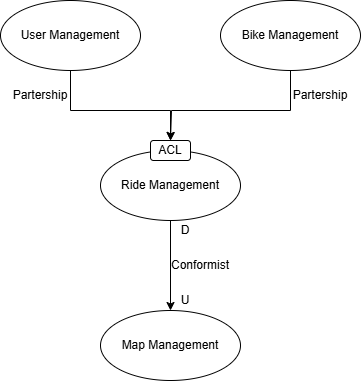
Earlier version of the draw.io export doc/asciidoc/png/Context_Map.drawio.png (stormtroober/microservices-ebikes). Source tidied: cells renumbered, new cells last; positions are measured from the earlier drawing's top-left corner, leaving out a move shared by most shapes.
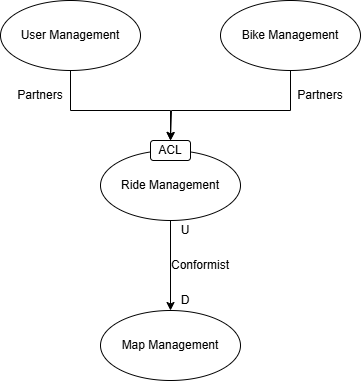
Above is the later version.

Diff of the diagram source:
```diff
@@ -43,16 +43,16 @@
     <mxCell id="11" value="Conformist" style="text;html=1;align=center;verticalAlign=middle;whiteSpace=wrap;rounded=0;" parent="1" vertex="1">
       <mxGeometry x="170" y="250" width="60" height="30" as="geometry" />
     </mxCell>
-    <mxCell id="12" value="D" style="text;html=1;align=center;verticalAlign=middle;whiteSpace=wrap;rounded=0;" parent="1" vertex="1">
+    <mxCell id="12" value="U" style="text;html=1;align=center;verticalAlign=middle;whiteSpace=wrap;rounded=0;" parent="1" vertex="1">
       <mxGeometry x="170" y="220" width="30" height="20" as="geometry" />
     </mxCell>
-    <mxCell id="13" value="U" style="text;html=1;align=center;verticalAlign=middle;whiteSpace=wrap;rounded=0;" parent="1" vertex="1">
+    <mxCell id="13" value="D" style="text;html=1;align=center;verticalAlign=middle;whiteSpace=wrap;rounded=0;" parent="1" vertex="1">
       <mxGeometry x="170" y="290" width="30" height="20" as="geometry" />
     </mxCell>
-    <mxCell id="14" value="Partership" style="text;html=1;align=center;verticalAlign=middle;whiteSpace=wrap;rounded=0;" parent="1" vertex="1">
+    <mxCell id="14" value="Partners" style="text;html=1;align=center;verticalAlign=middle;whiteSpace=wrap;rounded=0;" parent="1" vertex="1">
       <mxGeometry x="10" y="80" width="60" height="30" as="geometry" />
     </mxCell>
-    <mxCell id="15" value="Partership" style="text;html=1;align=center;verticalAlign=middle;whiteSpace=wrap;rounded=0;" parent="1" vertex="1">
+    <mxCell id="15" value="Partners" style="text;html=1;align=center;verticalAlign=middle;whiteSpace=wrap;rounded=0;" parent="1" vertex="1">
       <mxGeometry x="290" y="80" width="60" height="30" as="geometry" />
     </mxCell>
   </root>
```
